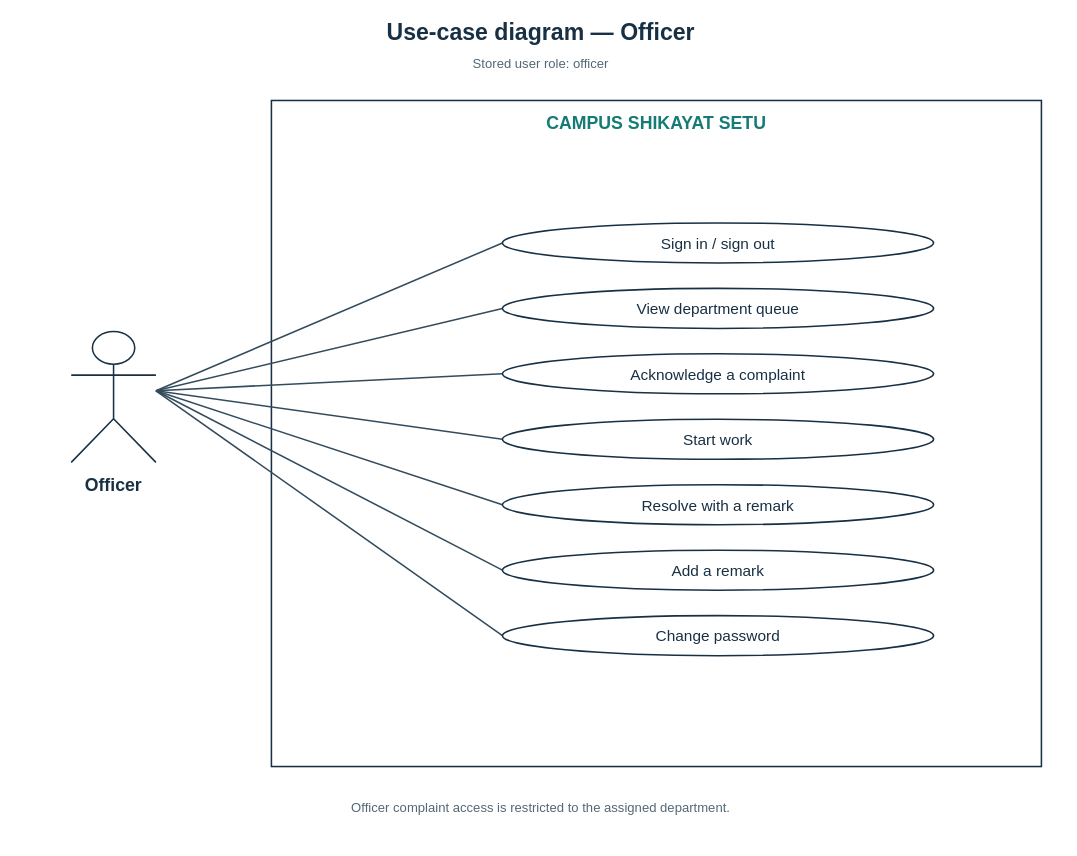
Yashwant-git392/Yashwant-git392 keeps this draw.io diagram as page "Officer" (2 of 4) of shikayat-setu/report/diagrams/fig-usecase.drawio. Above is the earlier version. Source tidied: cells renumbered, new cells numbered last; positions are measured from the earlier drawing's top-left corner, leaving out a move shared by most shapes. Both pictures are drawn from the tidied source at 77%, with x=0, y=0 at pixel (13, 13).
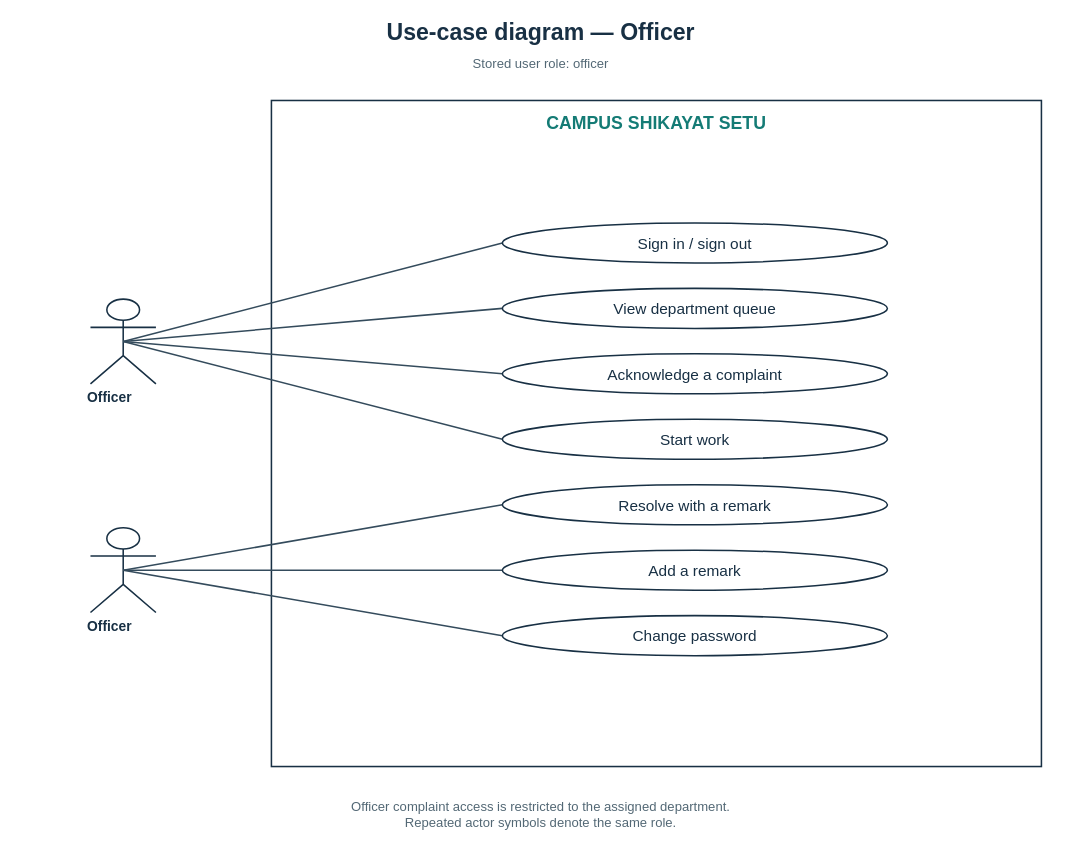
Above is the later version.

Diff of the diagram source:
```diff
@@
     <mxCell id="6" style="shape=umlActor;html=0;fillColor=white;strokeColor=#183044;strokeWidth=2;" parent="1" vertex="1">
-      <mxGeometry x="75" y="413" width="110" height="170" as="geometry" />
+      <mxGeometry x="100" y="371" width="85" height="110" as="geometry" />
     </mxCell>
-    <mxCell id="7" value="Officer" style="text;html=0;align=center;verticalAlign=middle;whiteSpace=wrap;strokeColor=none;fillColor=none;fontFamily=Arial;fontSize=23;fontColor=#183044;fontStyle=1;" parent="1" vertex="1">
-      <mxGeometry y="593" width="260" height="40" as="geometry" />
+    <mxCell id="7" value="Officer" style="text;html=0;align=center;verticalAlign=middle;whiteSpace=wrap;strokeColor=none;fillColor=none;fontFamily=Arial;fontSize=18;fontColor=#183044;fontStyle=1;" parent="1" vertex="1">
+      <mxGeometry y="484" width="250" height="30" as="geometry" />
     </mxCell>
-    <mxCell id="8" style="edgeStyle=none;rounded=0;strokeColor=#344b5c;strokeWidth=2;endArrow=none;endFill=0;dashed=0;" parent="1" edge="1">
-      <mxGeometry relative="1" as="geometry">
-        <mxPoint x="185" y="490" as="sourcePoint" />
-        <mxPoint x="635" y="298" as="targetPoint" />
-      </mxGeometry>
+    <mxCell id="8" style="edgeStyle=none;rounded=0;strokeColor=#344b5c;strokeWidth=2;endArrow=none;endFill=0;dashed=0;exitX=0.5000;exitY=0.5000;exitPerimeter=0;entryX=0.0000;entryY=0.5000;entryPerimeter=0;" parent="1" edge="1" source="6" target="9">
+      <mxGeometry relative="1" as="geometry" />
     </mxCell>
     <mxCell id="9" value="Sign in / sign out" style="ellipse;whiteSpace=wrap;html=0;fillColor=white;strokeColor=#183044;strokeWidth=2;fontFamily=Arial;fontSize=20;fontColor=#183044;fontStyle=0;align=center;verticalAlign=middle;" parent="1" vertex="1">
-      <mxGeometry x="635" y="272" width="560" height="52" as="geometry" />
+      <mxGeometry x="635" y="272" width="500" height="52" as="geometry" />
     </mxCell>
-    <mxCell id="10" style="edgeStyle=none;rounded=0;strokeColor=#344b5c;strokeWidth=2;endArrow=none;endFill=0;dashed=0;" parent="1" edge="1">
-      <mxGeometry relative="1" as="geometry">
-        <mxPoint x="185" y="490" as="sourcePoint" />
-        <mxPoint x="635" y="383" as="targetPoint" />
-      </mxGeometry>
+    <mxCell id="10" style="edgeStyle=none;rounded=0;strokeColor=#344b5c;strokeWidth=2;endArrow=none;endFill=0;dashed=0;exitX=0.5000;exitY=0.5000;exitPerimeter=0;entryX=0.0000;entryY=0.5000;entryPerimeter=0;" parent="1" edge="1" source="6" target="11">
+      <mxGeometry relative="1" as="geometry" />
     </mxCell>
     <mxCell id="11" value="View department queue" style="ellipse;whiteSpace=wrap;html=0;fillColor=white;strokeColor=#183044;strokeWidth=2;fontFamily=Arial;fontSize=20;fontColor=#183044;fontStyle=0;align=center;verticalAlign=middle;" parent="1" vertex="1">
-      <mxGeometry x="635" y="357" width="560" height="52" as="geometry" />
+      <mxGeometry x="635" y="357" width="500" height="52" as="geometry" />
     </mxCell>
-    <mxCell id="12" style="edgeStyle=none;rounded=0;strokeColor=#344b5c;strokeWidth=2;endArrow=none;endFill=0;dashed=0;" parent="1" edge="1">
-      <mxGeometry relative="1" as="geometry">
-        <mxPoint x="185" y="490" as="sourcePoint" />
-        <mxPoint x="635" y="468" as="targetPoint" />
-      </mxGeometry>
+    <mxCell id="12" style="edgeStyle=none;rounded=0;strokeColor=#344b5c;strokeWidth=2;endArrow=none;endFill=0;dashed=0;exitX=0.5000;exitY=0.5000;exitPerimeter=0;entryX=0.0000;entryY=0.5000;entryPerimeter=0;" parent="1" edge="1" source="6" target="13">
+      <mxGeometry relative="1" as="geometry" />
     </mxCell>
     <mxCell id="13" value="Acknowledge a complaint" style="ellipse;whiteSpace=wrap;html=0;fillColor=white;strokeColor=#183044;strokeWidth=2;fontFamily=Arial;fontSize=20;fontColor=#183044;fontStyle=0;align=center;verticalAlign=middle;" parent="1" vertex="1">
-      <mxGeometry x="635" y="442" width="560" height="52" as="geometry" />
+      <mxGeometry x="635" y="442" width="500" height="52" as="geometry" />
     </mxCell>
-    <mxCell id="14" style="edgeStyle=none;rounded=0;strokeColor=#344b5c;strokeWidth=2;endArrow=none;endFill=0;dashed=0;" parent="1" edge="1">
-      <mxGeometry relative="1" as="geometry">
-        <mxPoint x="185" y="490" as="sourcePoint" />
-        <mxPoint x="635" y="553" as="targetPoint" />
-      </mxGeometry>
+    <mxCell id="14" style="edgeStyle=none;rounded=0;strokeColor=#344b5c;strokeWidth=2;endArrow=none;endFill=0;dashed=0;exitX=0.5000;exitY=0.5000;exitPerimeter=0;entryX=0.0000;entryY=0.5000;entryPerimeter=0;" parent="1" edge="1" source="6" target="15">
+      <mxGeometry relative="1" as="geometry" />
     </mxCell>
     <mxCell id="15" value="Start work" style="ellipse;whiteSpace=wrap;html=0;fillColor=white;strokeColor=#183044;strokeWidth=2;fontFamily=Arial;fontSize=20;fontColor=#183044;fontStyle=0;align=center;verticalAlign=middle;" parent="1" vertex="1">
-      <mxGeometry x="635" y="527" width="560" height="52" as="geometry" />
+      <mxGeometry x="635" y="527" width="500" height="52" as="geometry" />
     </mxCell>
-    <mxCell id="16" style="edgeStyle=none;rounded=0;strokeColor=#344b5c;strokeWidth=2;endArrow=none;endFill=0;dashed=0;" parent="1" edge="1">
-      <mxGeometry relative="1" as="geometry">
-        <mxPoint x="185" y="490" as="sourcePoint" />
-        <mxPoint x="635" y="638" as="targetPoint" />
-      </mxGeometry>
+    <mxCell id="16" style="shape=umlActor;html=0;fillColor=white;strokeColor=#183044;strokeWidth=2;" parent="1" vertex="1">
+      <mxGeometry x="100" y="668" width="85" height="110" as="geometry" />
     </mxCell>
-    <mxCell id="17" value="Resolve with a remark" style="ellipse;whiteSpace=wrap;html=0;fillColor=white;strokeColor=#183044;strokeWidth=2;fontFamily=Arial;fontSize=20;fontColor=#183044;fontStyle=0;align=center;verticalAlign=middle;" parent="1" vertex="1">
-      <mxGeometry x="635" y="612" width="560" height="52" as="geometry" />
+    <mxCell id="17" value="Officer" style="text;html=0;align=center;verticalAlign=middle;whiteSpace=wrap;strokeColor=none;fillColor=none;fontFamily=Arial;fontSize=18;fontColor=#183044;fontStyle=1;" parent="1" vertex="1">
+      <mxGeometry y="781" width="250" height="30" as="geometry" />
     </mxCell>
-    <mxCell id="18" style="edgeStyle=none;rounded=0;strokeColor=#344b5c;strokeWidth=2;endArrow=none;endFill=0;dashed=0;" parent="1" edge="1">
-      <mxGeometry relative="1" as="geometry">
-        <mxPoint x="185" y="490" as="sourcePoint" />
-        <mxPoint x="635" y="723" as="targetPoint" />
-      </mxGeometry>
+    <mxCell id="18" style="edgeStyle=none;rounded=0;strokeColor=#344b5c;strokeWidth=2;endArrow=none;endFill=0;dashed=0;exitX=0.5000;exitY=0.5000;exitPerimeter=0;entryX=0.0000;entryY=0.5000;entryPerimeter=0;" parent="1" edge="1" source="16" target="19">
+      <mxGeometry relative="1" as="geometry" />
     </mxCell>
-    <mxCell id="19" value="Add a remark" style="ellipse;whiteSpace=wrap;html=0;fillColor=white;strokeColor=#183044;strokeWidth=2;fontFamily=Arial;fontSize=20;fontColor=#183044;fontStyle=0;align=center;verticalAlign=middle;" parent="1" vertex="1">
-      <mxGeometry x="635" y="697" width="560" height="52" as="geometry" />
+    <mxCell id="19" value="Resolve with a remark" style="ellipse;whiteSpace=wrap;html=0;fillColor=white;strokeColor=#183044;strokeWidth=2;fontFamily=Arial;fontSize=20;fontColor=#183044;fontStyle=0;align=center;verticalAlign=middle;" parent="1" vertex="1">
+      <mxGeometry x="635" y="612" width="500" height="52" as="geometry" />
     </mxCell>
-    <mxCell id="20" style="edgeStyle=none;rounded=0;strokeColor=#344b5c;strokeWidth=2;endArrow=none;endFill=0;dashed=0;" parent="1" edge="1">
-      <mxGeometry relative="1" as="geometry">
-        <mxPoint x="185" y="490" as="sourcePoint" />
-        <mxPoint x="635" y="808" as="targetPoint" />
-      </mxGeometry>
+    <mxCell id="20" style="edgeStyle=none;rounded=0;strokeColor=#344b5c;strokeWidth=2;endArrow=none;endFill=0;dashed=0;exitX=0.5000;exitY=0.5000;exitPerimeter=0;entryX=0.0000;entryY=0.5000;entryPerimeter=0;" parent="1" edge="1" source="16" target="21">
+      <mxGeometry relative="1" as="geometry" />
     </mxCell>
-    <mxCell id="21" value="Change password" style="ellipse;whiteSpace=wrap;html=0;fillColor=white;strokeColor=#183044;strokeWidth=2;fontFamily=Arial;fontSize=20;fontColor=#183044;fontStyle=0;align=center;verticalAlign=middle;" parent="1" vertex="1">
-      <mxGeometry x="635" y="782" width="560" height="52" as="geometry" />
+    <mxCell id="21" value="Add a remark" style="ellipse;whiteSpace=wrap;html=0;fillColor=white;strokeColor=#183044;strokeWidth=2;fontFamily=Arial;fontSize=20;fontColor=#183044;fontStyle=0;align=center;verticalAlign=middle;" parent="1" vertex="1">
+      <mxGeometry x="635" y="697" width="500" height="52" as="geometry" />
     </mxCell>
-    <mxCell id="22" value="Officer complaint access is restricted to the assigned department." style="text;html=0;align=center;verticalAlign=middle;whiteSpace=wrap;strokeColor=none;fillColor=none;fontFamily=Arial;fontSize=17;fontColor=#536875;fontStyle=0;" parent="1" vertex="1">
-      <mxGeometry x="5" y="1003" width="1360" height="60" as="geometry" />
+    <mxCell id="22" style="edgeStyle=none;rounded=0;strokeColor=#344b5c;strokeWidth=2;endArrow=none;endFill=0;dashed=0;exitX=0.5000;exitY=0.5000;exitPerimeter=0;entryX=0.0000;entryY=0.5000;entryPerimeter=0;" parent="1" edge="1" source="16" target="23">
+      <mxGeometry relative="1" as="geometry" />
     </mxCell>
+    <mxCell id="23" value="Change password" style="ellipse;whiteSpace=wrap;html=0;fillColor=white;strokeColor=#183044;strokeWidth=2;fontFamily=Arial;fontSize=20;fontColor=#183044;fontStyle=0;align=center;verticalAlign=middle;" parent="1" vertex="1">
+      <mxGeometry x="635" y="782" width="500" height="52" as="geometry" />
+    </mxCell>
+    <mxCell id="24" value="Officer complaint access is restricted to the assigned department.&#10;Repeated actor symbols denote the same role." style="text;html=0;align=center;verticalAlign=middle;whiteSpace=wrap;strokeColor=none;fillColor=none;fontFamily=Arial;fontSize=17;fontColor=#536875;fontStyle=0;" parent="1" vertex="1">
+      <mxGeometry x="5" y="1003" width="1360" height="75" as="geometry" />
+    </mxCell>
```
